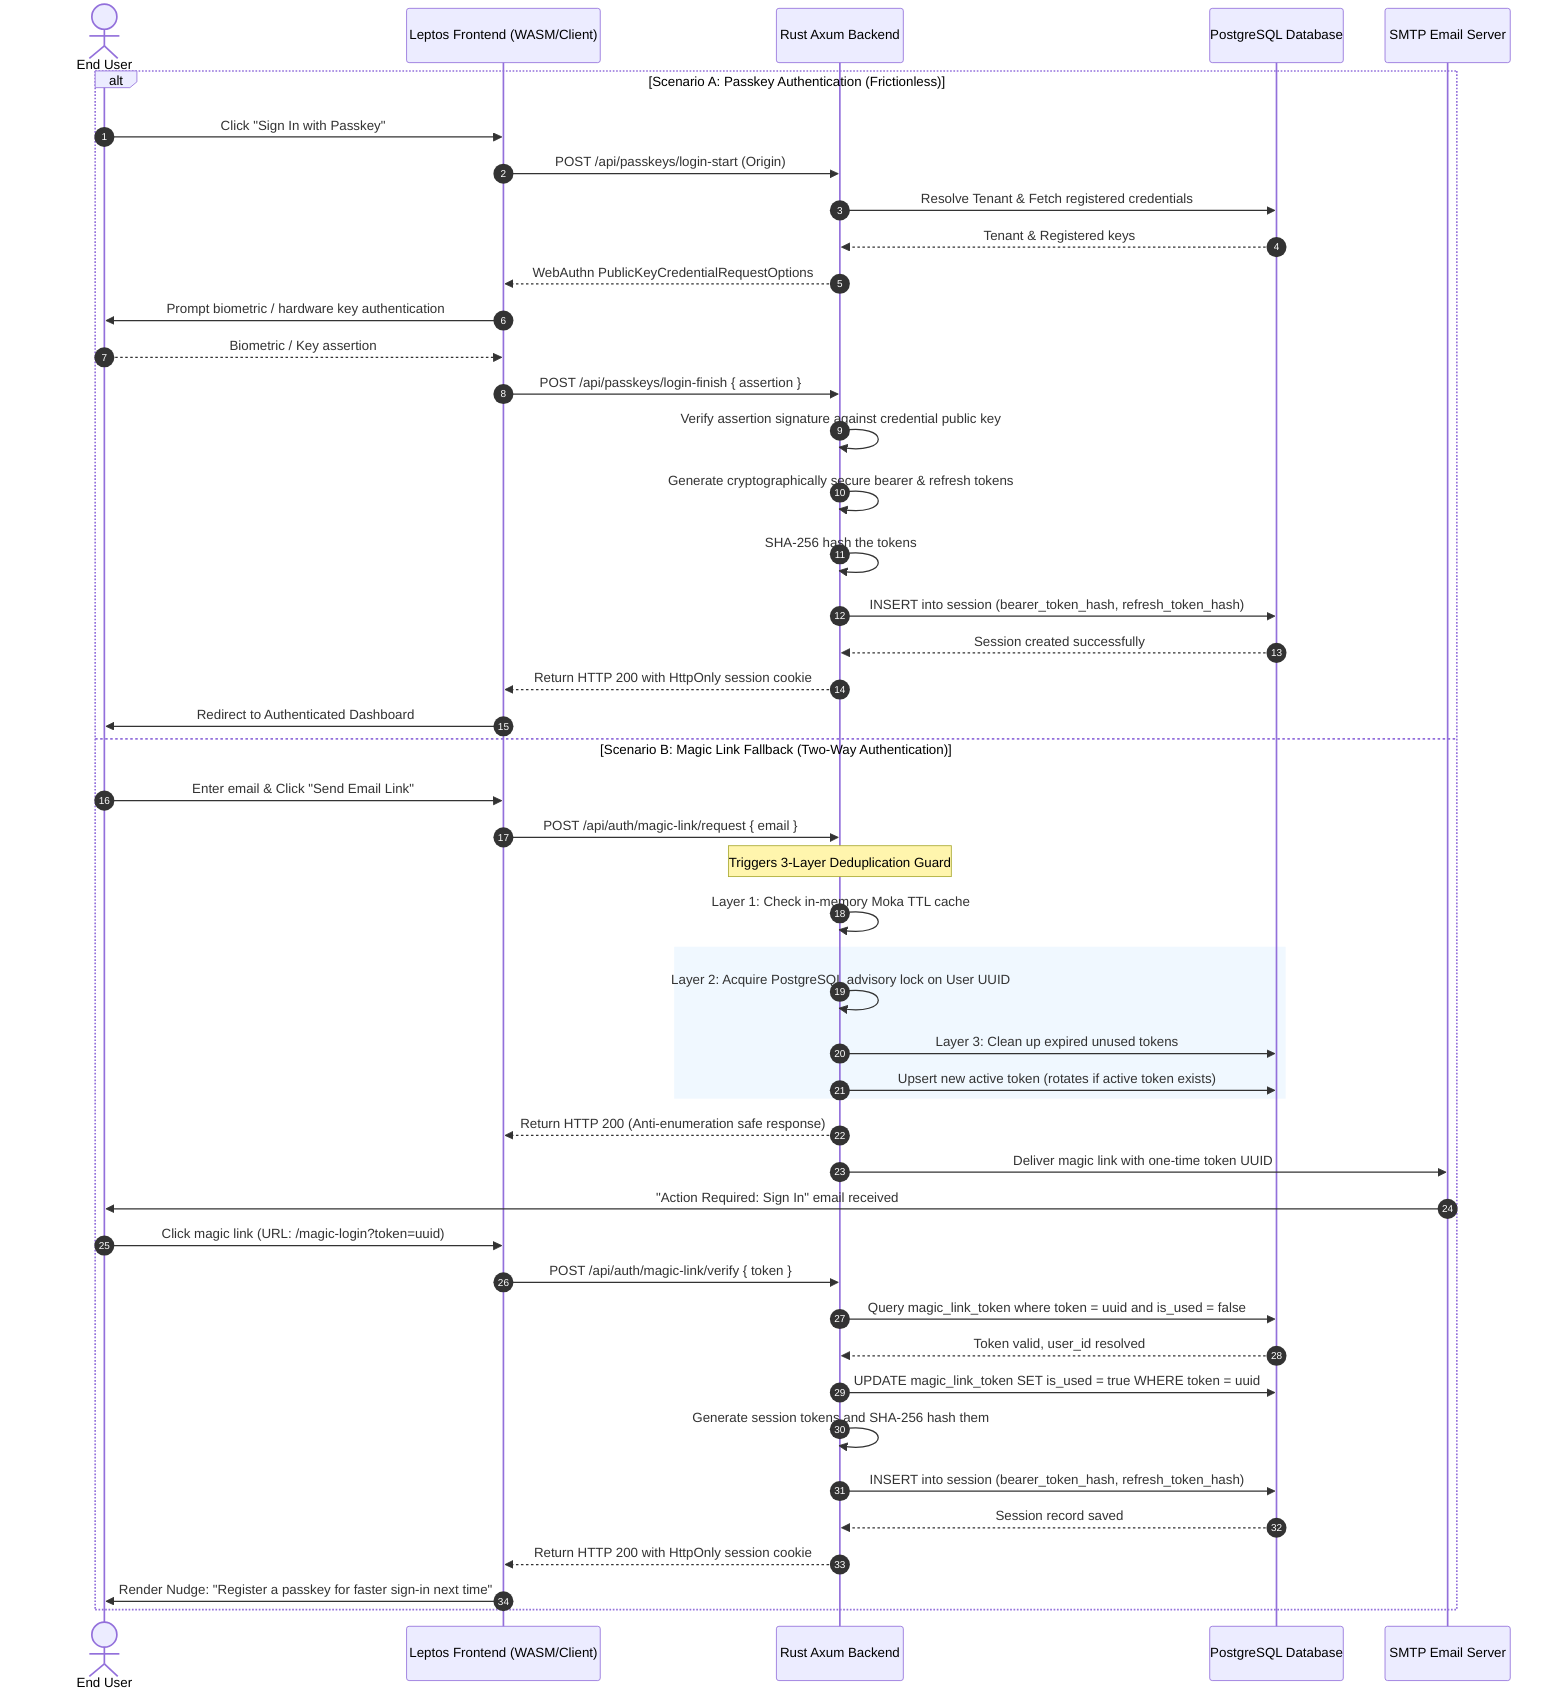
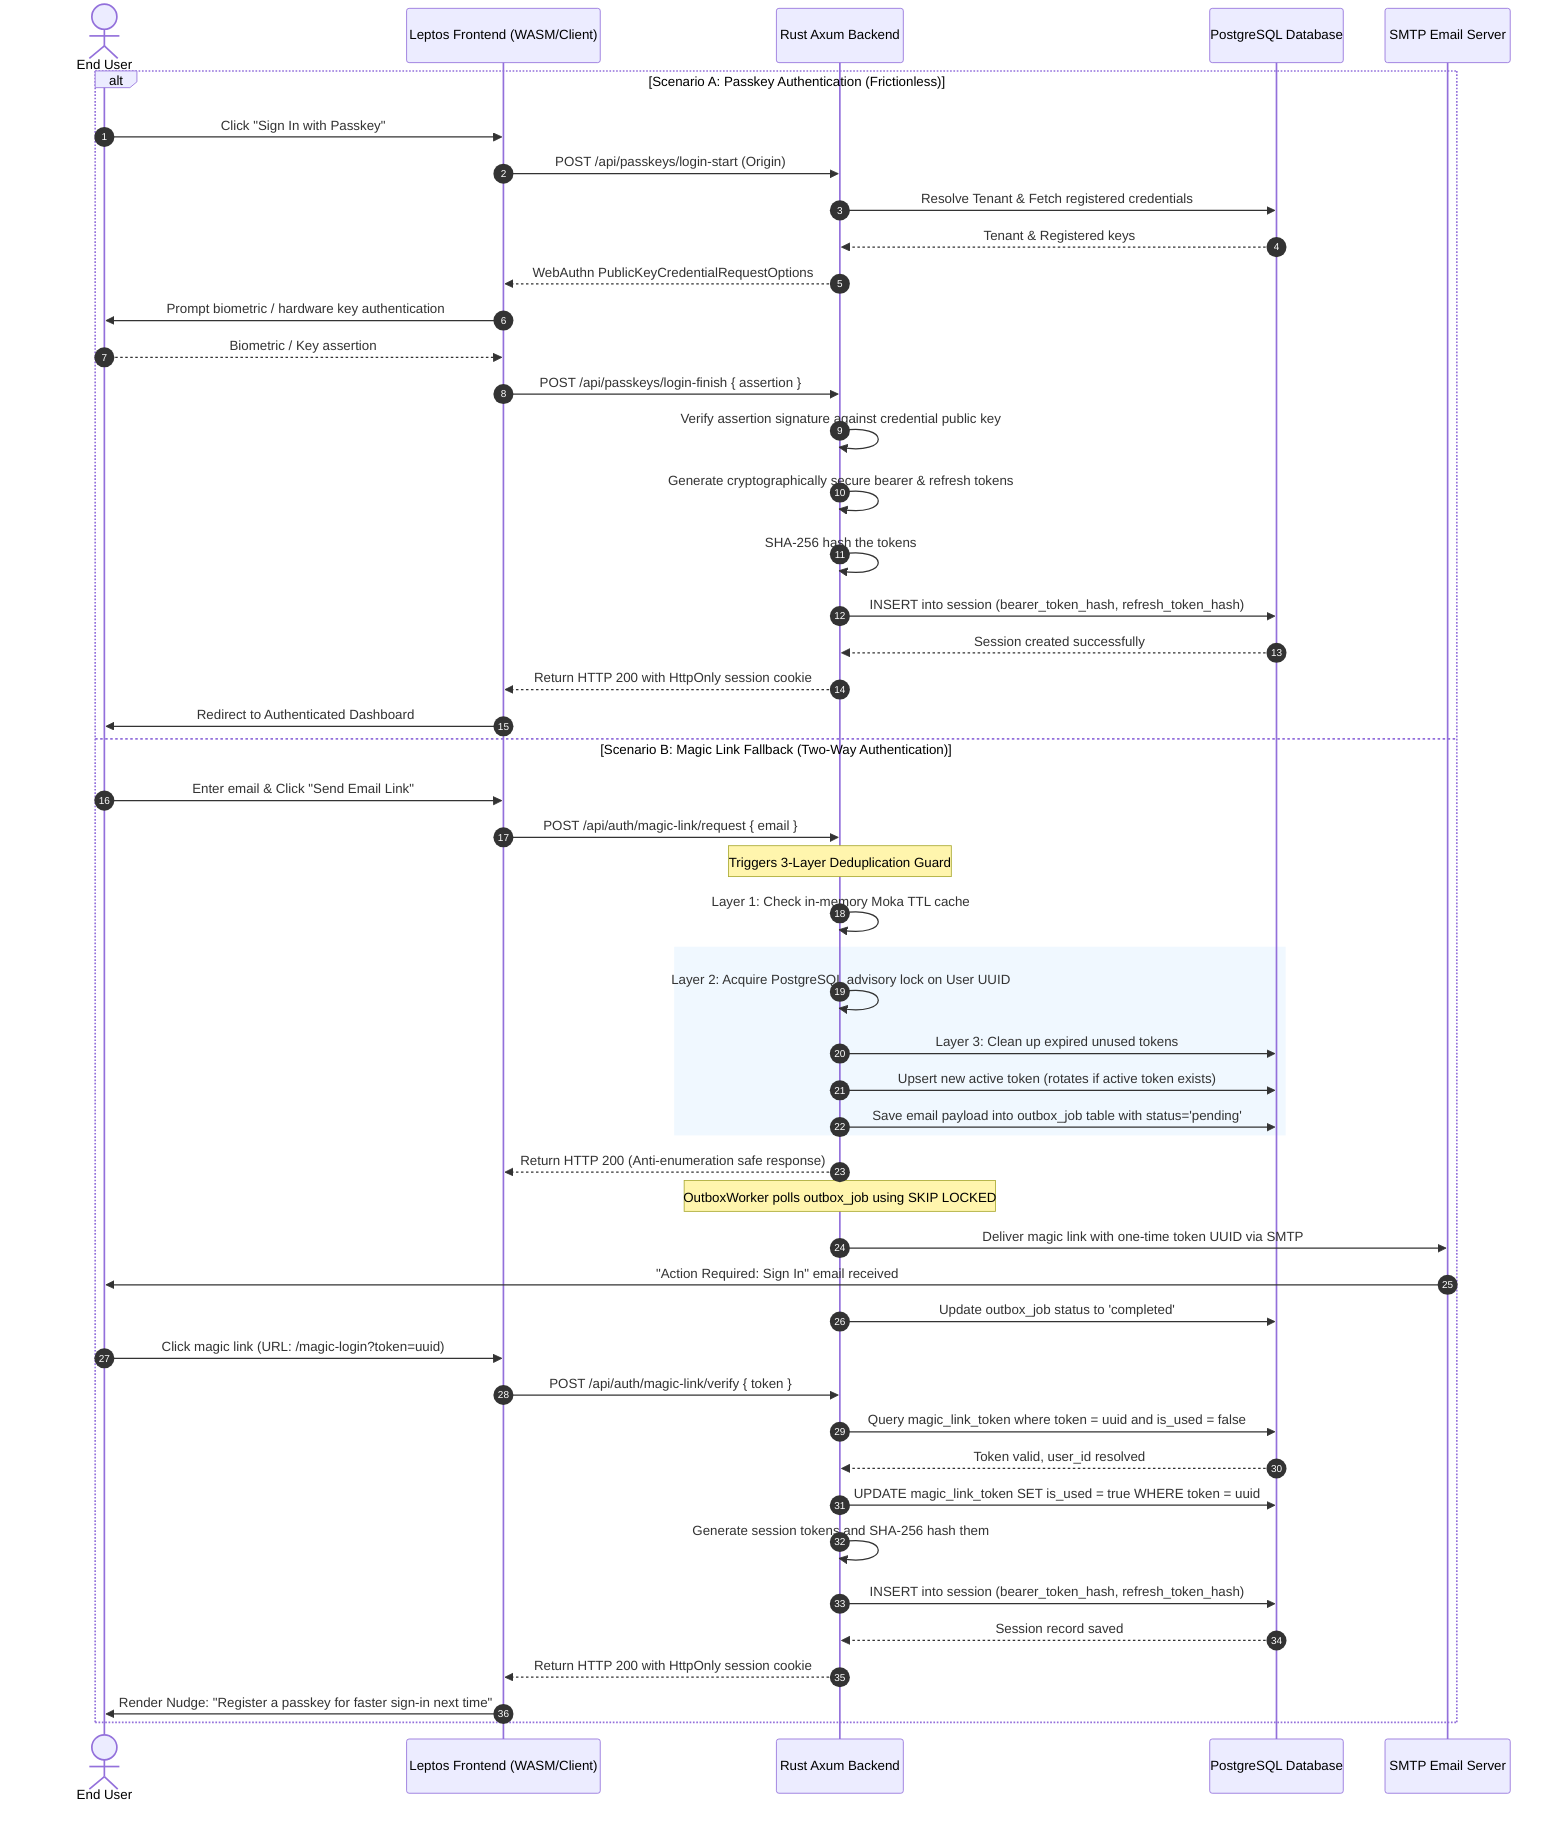
sequenceDiagram
    autonumber
    actor User as End User
    participant FE as Leptos Frontend (WASM/Client)
    participant BE as Rust Axum Backend
    participant DB as PostgreSQL Database
    participant Email as SMTP Email Server

    alt Scenario A: Passkey Authentication (Frictionless)
        User->>FE: Click "Sign In with Passkey"
        FE->>BE: POST /api/passkeys/login-start (Origin)
        BE->>DB: Resolve Tenant & Fetch registered credentials
        DB-->>BE: Tenant & Registered keys
        BE-->>FE: WebAuthn PublicKeyCredentialRequestOptions
        FE->>User: Prompt biometric / hardware key authentication
        User-->>FE: Biometric / Key assertion
        FE->>BE: POST /api/passkeys/login-finish { assertion }
        BE->>BE: Verify assertion signature against credential public key
        BE->>BE: Generate cryptographically secure bearer & refresh tokens
        BE->>BE: SHA-256 hash the tokens
        BE->>DB: INSERT into session (bearer_token_hash, refresh_token_hash)
        DB-->>BE: Session created successfully
        BE-->>FE: Return HTTP 200 with HttpOnly session cookie
        FE->>User: Redirect to Authenticated Dashboard
    else Scenario B: Magic Link Fallback (Two-Way Authentication)
        User->>FE: Enter email & Click "Send Email Link"
        FE->>BE: POST /api/auth/magic-link/request { email }
        Note over BE: Triggers 3-Layer Deduplication Guard
        BE->>BE: Layer 1: Check in-memory Moka TTL cache
        rect rgb(240, 248, 255)
            BE->>BE: Layer 2: Acquire PostgreSQL advisory lock on User UUID
            BE->>DB: Layer 3: Clean up expired unused tokens
            BE->>DB: Upsert new active token (rotates if active token exists)
+             BE->>DB: Save email payload into outbox_job table with status='pending'
        end
        BE-->>FE: Return HTTP 200 (Anti-enumeration safe response)
-         BE->>Email: Deliver magic link with one-time token UUID
+         Note over BE: OutboxWorker polls outbox_job using SKIP LOCKED
+         BE->>Email: Deliver magic link with one-time token UUID via SMTP
        Email->>User: "Action Required: Sign In" email received
+         BE->>DB: Update outbox_job status to 'completed'
        User->>FE: Click magic link (URL: /magic-login?token=uuid)
        FE->>BE: POST /api/auth/magic-link/verify { token }
        BE->>DB: Query magic_link_token where token = uuid and is_used = false
        DB-->>BE: Token valid, user_id resolved
        BE->>DB: UPDATE magic_link_token SET is_used = true WHERE token = uuid
        BE->>BE: Generate session tokens and SHA-256 hash them
        BE->>DB: INSERT into session (bearer_token_hash, refresh_token_hash)
        DB-->>BE: Session record saved
        BE-->>FE: Return HTTP 200 with HttpOnly session cookie
        FE->>User: Render Nudge: "Register a passkey for faster sign-in next time"
    end
